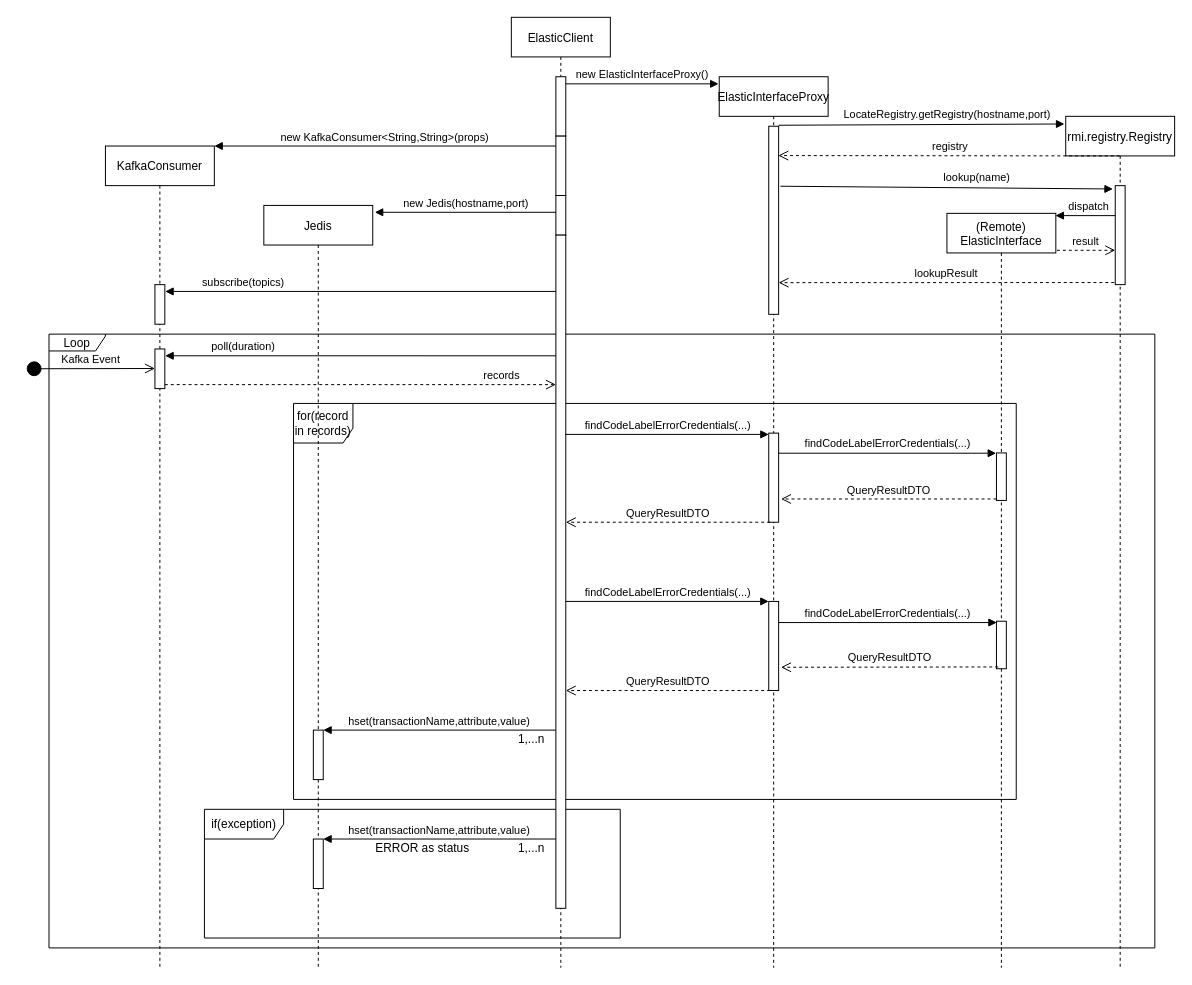
Before: docs/sequenceOrchestrator.drawio in josura/Error-classification-ISD, a draw.io diagram. Source tidied: cells renumbered, new cells numbered last; positions are measured from the earlier drawing's top-left corner, leaving out a move shared by most shapes. Both pictures are drawn from the tidied source at 99%, with x=0, y=0 at pixel (26, 17).
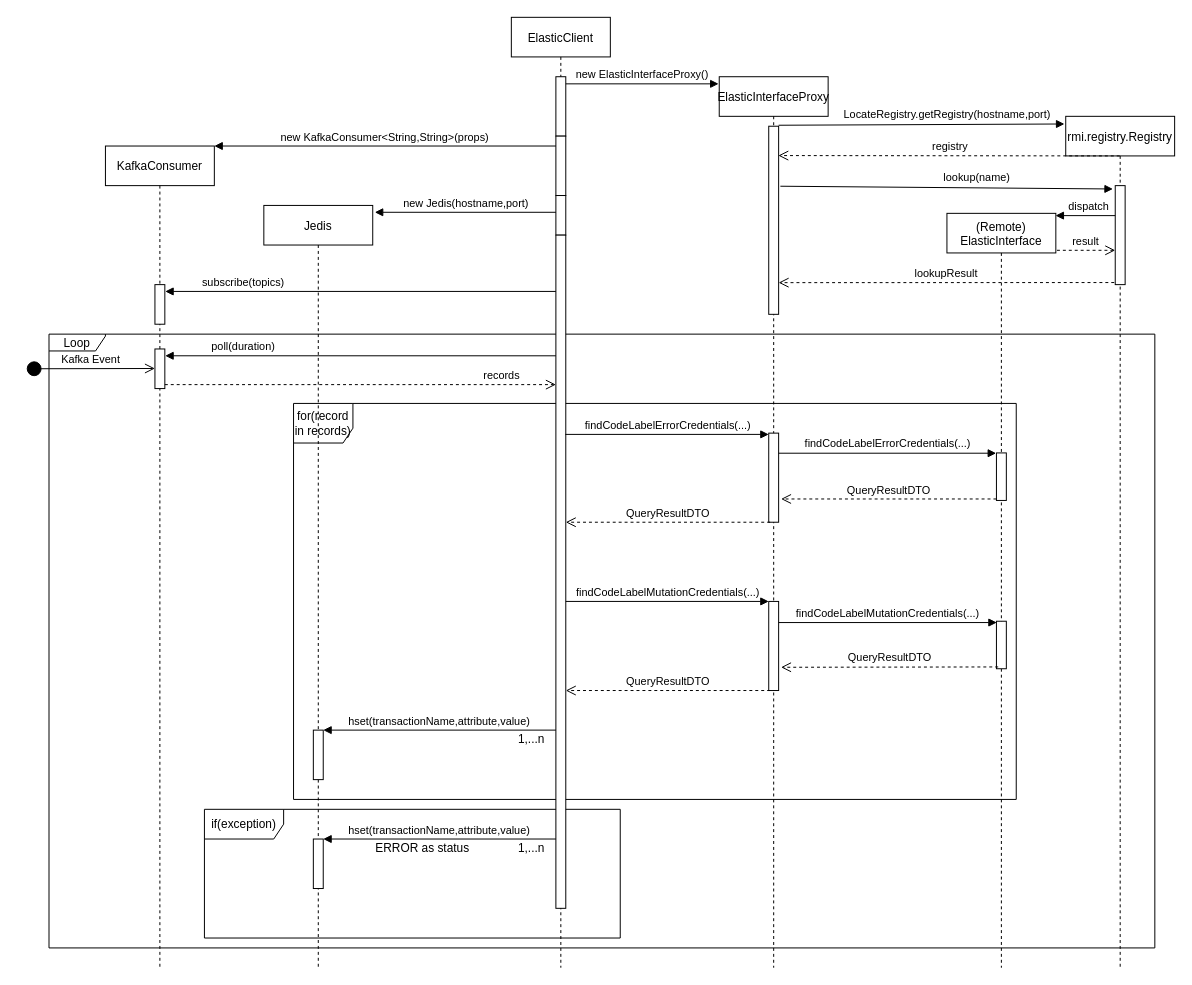
The same diagram, later.

Unchanged cells that the change refers to:
```xml
<mxCell id="9" style="points=[];perimeter=orthogonalPerimeter;rounded=0;shadow=0;strokeWidth=1;" parent="5" vertex="1">
  <mxGeometry x="45" y="220" width="10" height="680" as="geometry" />
</mxCell>
<mxCell id="13" style="points=[];perimeter=orthogonalPerimeter;rounded=0;shadow=0;strokeWidth=1;" parent="10" vertex="1">
  <mxGeometry x="50" y="530" width="10" height="90" as="geometry" />
</mxCell>
<mxCell id="29" style="points=[];perimeter=orthogonalPerimeter;rounded=0;shadow=0;strokeWidth=1;" parent="27" vertex="1">
  <mxGeometry x="50" y="412" width="10" height="48" as="geometry" />
</mxCell>
```

Diff of the diagram source:
```diff
@@
-    <mxCell id="41" value="findCodeLabelErrorCredentials(...)" style="html=1;verticalAlign=bottom;endArrow=block;rounded=0;" parent="1" edge="1" source="9" target="13">
+    <mxCell id="41" value="findCodeLabelMutationCredentials(...)" style="html=1;verticalAlign=bottom;endArrow=block;rounded=0;" parent="1" edge="1" source="9" target="13">
       <mxGeometry relative="1" as="geometry" />
     </mxCell>
@@
-    <mxCell id="43" value="findCodeLabelErrorCredentials(...)" style="html=1;verticalAlign=bottom;endArrow=block;rounded=0;entryX=0.038;entryY=0.028;entryDx=0;entryDy=0;entryPerimeter=0;" parent="1" edge="1" source="13" target="29">
+    <mxCell id="43" value="findCodeLabelMutationCredentials(...)" style="html=1;verticalAlign=bottom;endArrow=block;rounded=0;entryX=0.038;entryY=0.028;entryDx=0;entryDy=0;entryPerimeter=0;" parent="1" edge="1" source="13" target="29">
       <mxGeometry relative="1" as="geometry" />
     </mxCell>
```
